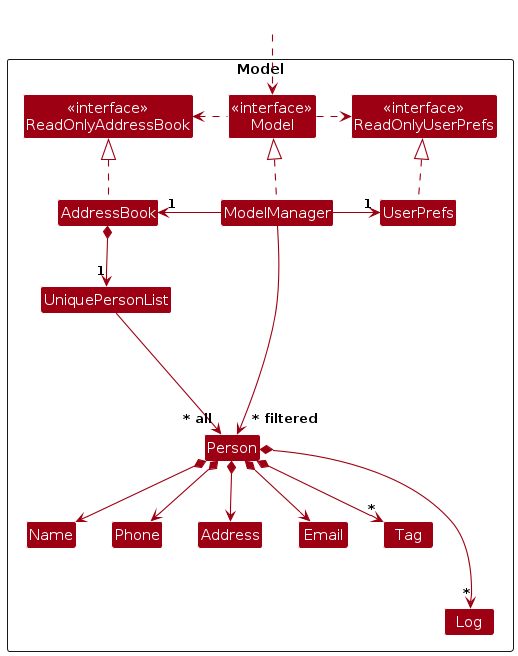
AY2425S1-CS2103T-W13-3/tp keeps this PlantUML diagram as diagrams/ModelClassDiagram.png. Above is the earlier version. Its source is kept beside it as diagrams/ModelClassDiagram.puml. The source it was exported from:
```plantuml
@startuml
!include style.puml
skinparam arrowThickness 1.1
skinparam arrowColor MODEL_COLOR
skinparam classBackgroundColor MODEL_COLOR

Package Model as ModelPackage <<Rectangle>>{
Class "<<interface>>\nReadOnlyAddressBook" as ReadOnlyAddressBook
Class "<<interface>>\nReadOnlyUserPrefs" as ReadOnlyUserPrefs
Class "<<interface>>\nModel" as Model
Class AddressBook
Class ModelManager
Class UserPrefs

Class UniquePersonList
Class Person
Class Address
Class Email
Class Name
Class Phone
Class Tag
Class Log

Class I #FFFFFF
}

Class HiddenOutside #FFFFFF
HiddenOutside ..> Model

AddressBook .up.|> ReadOnlyAddressBook

ModelManager .up.|> Model
Model .right.> ReadOnlyUserPrefs
Model .left.> ReadOnlyAddressBook
ModelManager -left-> "1" AddressBook
ModelManager -right-> "1" UserPrefs
UserPrefs .up.|> ReadOnlyUserPrefs

AddressBook *--> "1" UniquePersonList
UniquePersonList --> "~* all" Person
Person *--> Name
Person *--> Phone
Person *--> Email
Person *--> Address
Person *--> "*" Tag
Person *---> "*" Log

Person -[hidden]up--> I
UniquePersonList -[hidden]right-> I

Name -[hidden]right-> Phone
Phone -[hidden]right-> Address
Address -[hidden]right-> Email

ModelManager --> "~* filtered" Person
@enduml
```
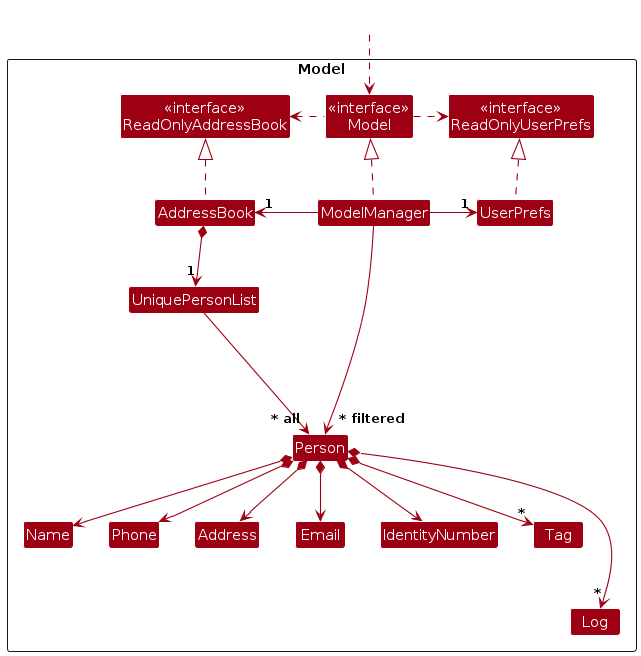
The same file after the commit.

Diff of the diagram source:
```diff
@@ -16,6 +16,7 @@
 Class Person
 Class Address
 Class Email
+Class IdentityNumber
 Class Name
 Class Phone
 Class Tag
@@ -40,6 +41,7 @@
 UniquePersonList --> "~* all" Person
 Person *--> Name
 Person *--> Phone
+Person *--> IdentityNumber
 Person *--> Email
 Person *--> Address
 Person *--> "*" Tag
```
